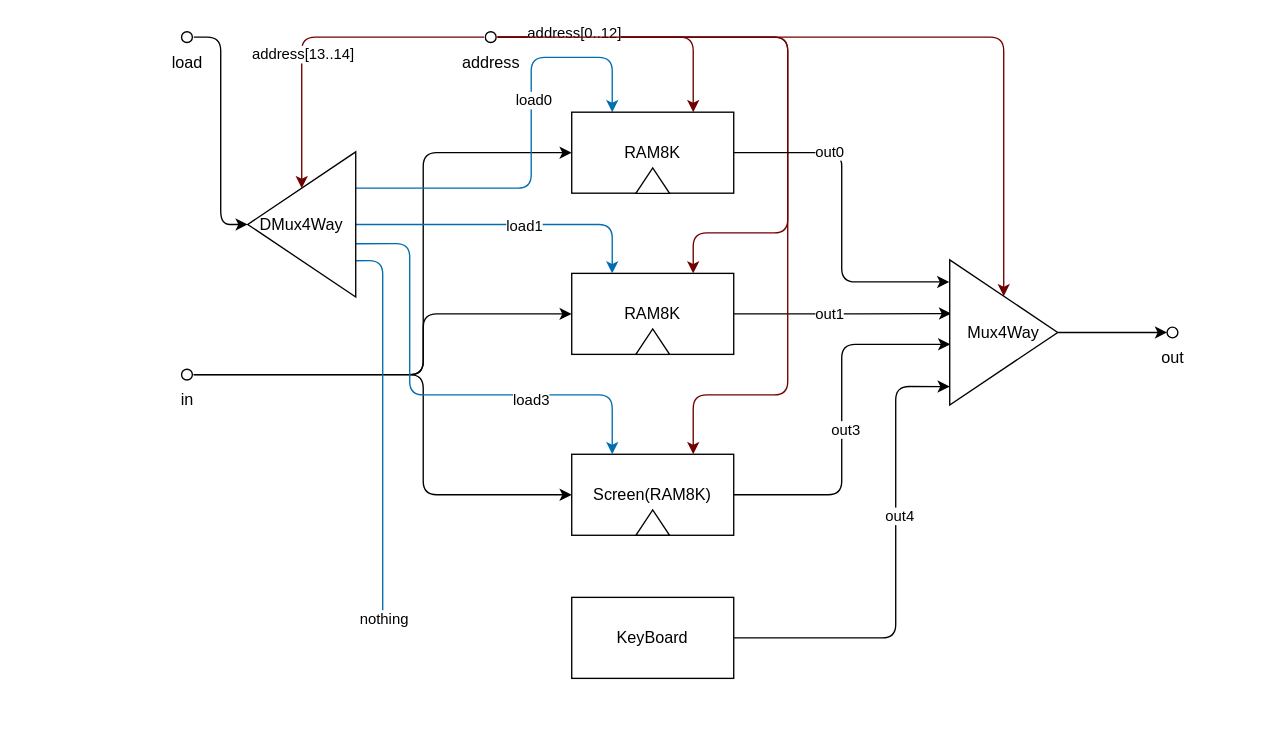
Before: blueprints/Memory.drawio in xianghao-wang/nand2tetris, a draw.io diagram. Source tidied: cells renumbered, new cells numbered last; positions are measured from the earlier drawing's top-left corner, leaving out a move shared by most shapes. Both pictures are drawn from the tidied source at 135%, with x=0, y=0 at pixel (180, 30).
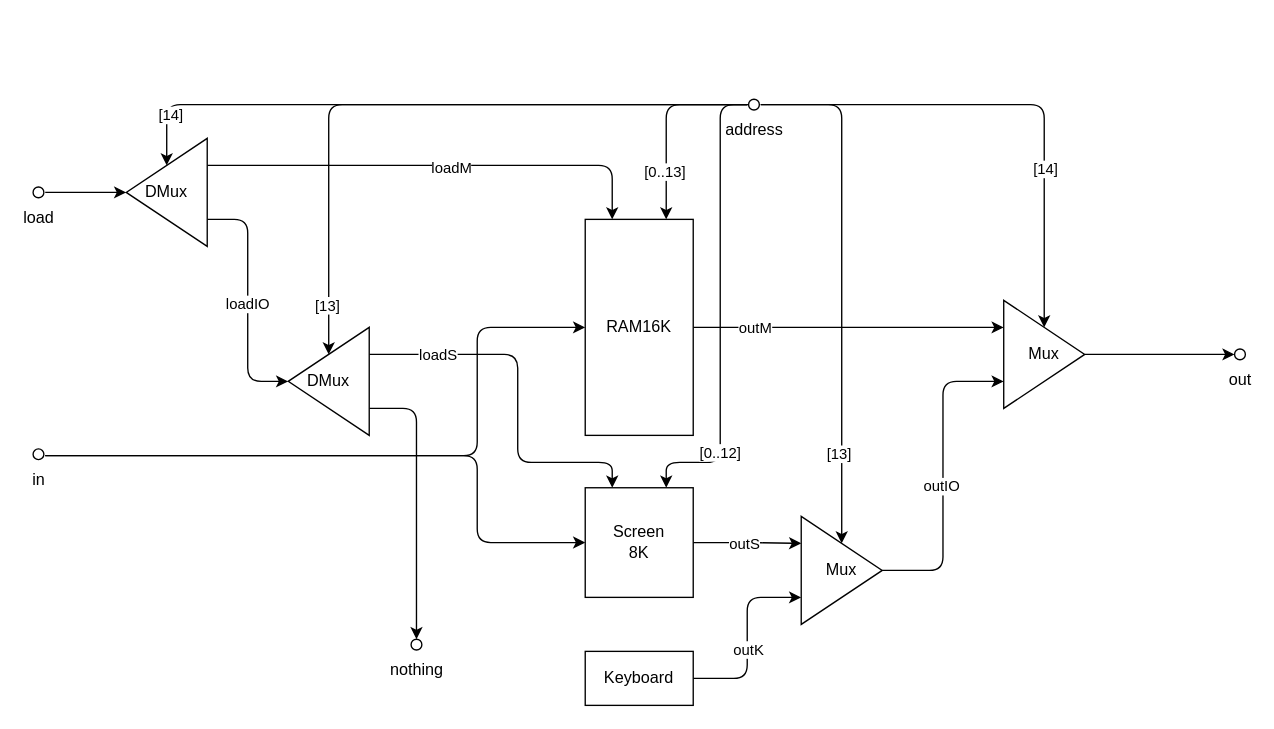
Above is the later version.

Commit message (it also covers changes not shown here):
update Memory to use RAM16K instead of RAM8K

The edit, as a diff of the source:
```diff
@@
-    <mxCell id="2" style="edgeStyle=orthogonalEdgeStyle;html=1;entryX=0.013;entryY=0.37;entryDx=0;entryDy=0;entryPerimeter=0;" parent="1" edge="1" source="4" target="42">
-      <mxGeometry relative="1" as="geometry" />
-    </mxCell>
-    <mxCell id="3" value="out1" style="edgeLabel;html=1;align=center;verticalAlign=middle;" parent="2" vertex="1">
-      <mxGeometry x="-0.13" y="1" relative="1" as="geometry" />
-    </mxCell>
-    <mxCell id="4" value="RAM8K" style="rounded=0;whiteSpace=wrap;html=1;" parent="1" vertex="1">
-      <mxGeometry x="290" y="180" width="120" height="60" as="geometry" />
-    </mxCell>
-    <mxCell id="5" style="edgeStyle=orthogonalEdgeStyle;html=1;entryX=0.005;entryY=0.582;entryDx=0;entryDy=0;entryPerimeter=0;" parent="1" edge="1" source="7" target="42">
-      <mxGeometry relative="1" as="geometry" />
-    </mxCell>
-    <mxCell id="6" value="out3" style="edgeLabel;html=1;align=center;verticalAlign=middle;" parent="5" vertex="1">
-      <mxGeometry x="-0.05" y="-2" relative="1" as="geometry" />
-    </mxCell>
-    <mxCell id="7" value="Screen(RAM8K)" style="rounded=0;whiteSpace=wrap;html=1;" parent="1" vertex="1">
-      <mxGeometry x="290" y="314" width="120" height="60" as="geometry" />
-    </mxCell>
-    <mxCell id="8" style="triangle;whiteSpace=wrap;html=1;direction=north;" parent="1" vertex="1">
-      <mxGeometry x="337.5" y="221.2" width="25" height="18.8" as="geometry" />
-    </mxCell>
-    <mxCell id="9" style="triangle;whiteSpace=wrap;html=1;direction=north;" parent="1" vertex="1">
-      <mxGeometry x="337.5" y="355.2" width="25" height="18.8" as="geometry" />
-    </mxCell>
-    <mxCell id="10" style="edgeStyle=orthogonalEdgeStyle;html=1;entryX=0;entryY=0.5;entryDx=0;entryDy=0;" parent="1" edge="1" source="13" target="39">
-      <mxGeometry relative="1" as="geometry">
-        <Array as="points">
-          <mxPoint x="180" y="255" />
-          <mxPoint x="180" y="91" />
-        </Array>
-      </mxGeometry>
-    </mxCell>
-    <mxCell id="11" style="edgeStyle=orthogonalEdgeStyle;html=1;entryX=0;entryY=0.5;entryDx=0;entryDy=0;" parent="1" edge="1" source="13" target="4">
-      <mxGeometry relative="1" as="geometry">
-        <Array as="points">
-          <mxPoint x="180" y="255" />
-          <mxPoint x="180" y="210" />
-        </Array>
-      </mxGeometry>
-    </mxCell>
-    <mxCell id="12" style="edgeStyle=orthogonalEdgeStyle;html=1;entryX=0;entryY=0.5;entryDx=0;entryDy=0;" parent="1" edge="1" source="13" target="7">
-      <mxGeometry relative="1" as="geometry">
-        <Array as="points">
-          <mxPoint x="180" y="255" />
-          <mxPoint x="180" y="344" />
-        </Array>
-      </mxGeometry>
-    </mxCell>
+    <mxCell id="43" style="edgeStyle=orthogonalEdgeStyle;html=1;entryX=0;entryY=0.5;entryDx=0;entryDy=0;" parent="1" edge="1" source="13" target="48">
+      <mxGeometry relative="1" as="geometry">
+        <Array as="points">
+          <mxPoint x="220" y="315" />
+          <mxPoint x="220" y="220" />
+        </Array>
+      </mxGeometry>
+    </mxCell>
+    <mxCell id="44" style="edgeStyle=orthogonalEdgeStyle;html=1;entryX=0;entryY=0.5;entryDx=0;entryDy=0;" parent="1" edge="1" source="13" target="51">
+      <mxGeometry relative="1" as="geometry">
+        <Array as="points">
+          <mxPoint x="220" y="315" />
+          <mxPoint x="220" y="379" />
+        </Array>
+      </mxGeometry>
+    </mxCell>
     <mxCell id="13" value="in" style="verticalLabelPosition=bottom;shadow=0;dashed=0;align=center;html=1;verticalAlign=top;shape=mxgraph.electrical.logic_gates.inverting_contact;" parent="1" vertex="1">
-      <mxGeometry y="250" width="10" height="10" as="geometry" />
+      <mxGeometry x="-110" y="309" width="10" height="10" as="geometry" />
     </mxCell>
     <mxCell id="14" value="out" style="verticalLabelPosition=bottom;shadow=0;dashed=0;align=center;html=1;verticalAlign=top;shape=mxgraph.electrical.logic_gates.inverting_contact;" parent="1" vertex="1">
-      <mxGeometry x="730" y="218.8" width="10" height="10" as="geometry" />
+      <mxGeometry x="780" y="235" width="10" height="10" as="geometry" />
     </mxCell>
-    <mxCell id="15" style="edgeStyle=orthogonalEdgeStyle;html=1;entryX=1;entryY=0.5;entryDx=0;entryDy=0;" parent="1" edge="1" source="16" target="36">
-      <mxGeometry relative="1" as="geometry" />
-    </mxCell>
+    <mxCell id="45" style="edgeStyle=none;html=1;entryX=1;entryY=0.5;entryDx=0;entryDy=0;" parent="1" edge="1" source="16" target="59">
+      <mxGeometry relative="1" as="geometry" />
+    </mxCell>
     <mxCell id="16" value="load" style="verticalLabelPosition=bottom;shadow=0;dashed=0;align=center;html=1;verticalAlign=top;shape=mxgraph.electrical.logic_gates.inverting_contact;" parent="1" vertex="1">
-      <mxGeometry width="10" height="10" as="geometry" />
+      <mxGeometry x="-110" y="115" width="10" height="10" as="geometry" />
     </mxCell>
-    <mxCell id="17" style="edgeStyle=orthogonalEdgeStyle;html=1;entryX=0.5;entryY=1;entryDx=0;entryDy=0;fillColor=#a20025;strokeColor=#6F0000;" parent="1" edge="1" source="24" target="36">
-      <mxGeometry relative="1" as="geometry" />
-    </mxCell>
-    <mxCell id="18" value="address[13..14]" style="edgeLabel;html=1;align=center;verticalAlign=middle;" parent="17" vertex="1">
-      <mxGeometry x="0.19" relative="1" as="geometry" />
-    </mxCell>
-    <mxCell id="19" style="edgeStyle=orthogonalEdgeStyle;html=1;entryX=0.75;entryY=0;entryDx=0;entryDy=0;fillColor=#a20025;strokeColor=#6F0000;" parent="1" edge="1" source="24" target="39">
-      <mxGeometry relative="1" as="geometry" />
-    </mxCell>
-    <mxCell id="20" style="edgeStyle=orthogonalEdgeStyle;html=1;entryX=0.75;entryY=0;entryDx=0;entryDy=0;fillColor=#a20025;strokeColor=#6F0000;" parent="1" edge="1" source="24" target="4">
-      <mxGeometry relative="1" as="geometry">
-        <Array as="points">
-          <mxPoint x="450" y="5" />
-          <mxPoint x="450" y="150" />
-          <mxPoint x="380" y="150" />
-        </Array>
-      </mxGeometry>
-    </mxCell>
-    <mxCell id="21" style="edgeStyle=orthogonalEdgeStyle;html=1;entryX=0.75;entryY=0;entryDx=0;entryDy=0;fillColor=#a20025;strokeColor=#6F0000;" parent="1" edge="1" source="24" target="7">
-      <mxGeometry relative="1" as="geometry">
-        <Array as="points">
-          <mxPoint x="450" y="5" />
-          <mxPoint x="450" y="270" />
-          <mxPoint x="380" y="270" />
-        </Array>
-      </mxGeometry>
-    </mxCell>
-    <mxCell id="22" value="address[0..12]" style="edgeLabel;html=1;align=center;verticalAlign=middle;" parent="21" vertex="1">
-      <mxGeometry x="-0.81" y="4" relative="1" as="geometry" />
-    </mxCell>
-    <mxCell id="23" style="edgeStyle=orthogonalEdgeStyle;html=1;entryX=0.5;entryY=0;entryDx=0;entryDy=0;fillColor=#a20025;strokeColor=#6F0000;" parent="1" edge="1" source="24" target="42">
-      <mxGeometry relative="1" as="geometry" />
-    </mxCell>
+    <mxCell id="46" style="edgeStyle=orthogonalEdgeStyle;html=1;entryX=0;entryY=0.25;entryDx=0;entryDy=0;" parent="1" edge="1" source="48" target="73">
+      <mxGeometry relative="1" as="geometry" />
+    </mxCell>
+    <mxCell id="47" value="outM" style="edgeLabel;html=1;align=center;verticalAlign=middle;" parent="46" vertex="1">
+      <mxGeometry x="-0.61" relative="1" as="geometry" />
+    </mxCell>
+    <mxCell id="48" value="RAM16K" style="rounded=0;whiteSpace=wrap;html=1;" parent="1" vertex="1">
+      <mxGeometry x="300" y="140" width="80" height="160" as="geometry" />
+    </mxCell>
+    <mxCell id="49" style="edgeStyle=orthogonalEdgeStyle;html=1;entryX=0;entryY=0.25;entryDx=0;entryDy=0;" parent="1" edge="1" source="51" target="80">
+      <mxGeometry relative="1" as="geometry" />
+    </mxCell>
+    <mxCell id="50" value="outS" style="edgeLabel;html=1;align=center;verticalAlign=middle;" parent="49" vertex="1">
+      <mxGeometry x="-0.07" y="-1" relative="1" as="geometry" />
+    </mxCell>
+    <mxCell id="51" value="Screen&lt;br&gt;8K" style="rounded=0;whiteSpace=wrap;html=1;" parent="1" vertex="1">
+      <mxGeometry x="300" y="338.8" width="80" height="81.2" as="geometry" />
+    </mxCell>
+    <mxCell id="52" style="edgeStyle=orthogonalEdgeStyle;html=1;entryX=0;entryY=0.75;entryDx=0;entryDy=0;" parent="1" edge="1" source="54" target="80">
+      <mxGeometry relative="1" as="geometry" />
+    </mxCell>
+    <mxCell id="53" value="outK" style="edgeLabel;html=1;align=center;verticalAlign=middle;" parent="52" vertex="1">
+      <mxGeometry x="-0.12" relative="1" as="geometry" />
+    </mxCell>
+    <mxCell id="54" value="Keyboard" style="rounded=0;whiteSpace=wrap;html=1;" parent="1" vertex="1">
+      <mxGeometry x="300" y="460" width="80" height="40" as="geometry" />
+    </mxCell>
+    <mxCell id="55" style="edgeStyle=orthogonalEdgeStyle;html=1;exitX=0;exitY=0.75;exitDx=0;exitDy=0;entryX=0.25;entryY=0;entryDx=0;entryDy=0;" parent="1" edge="1" source="59" target="48">
+      <mxGeometry relative="1" as="geometry" />
+    </mxCell>
+    <mxCell id="56" value="loadM" style="edgeLabel;html=1;align=center;verticalAlign=middle;" parent="55" vertex="1">
+      <mxGeometry x="0.06" y="-1" relative="1" as="geometry" />
+    </mxCell>
+    <mxCell id="57" style="edgeStyle=orthogonalEdgeStyle;html=1;exitX=0;exitY=0.25;exitDx=0;exitDy=0;entryX=1;entryY=0.5;entryDx=0;entryDy=0;" parent="1" edge="1" source="59" target="77">
+      <mxGeometry relative="1" as="geometry" />
+    </mxCell>
+    <mxCell id="58" value="loadIO" style="edgeLabel;html=1;align=center;verticalAlign=middle;" parent="57" vertex="1">
+      <mxGeometry x="0.02" y="-1" relative="1" as="geometry" />
+    </mxCell>
+    <mxCell id="59" value="DMux" style="triangle;whiteSpace=wrap;html=1;direction=west;" parent="1" vertex="1">
+      <mxGeometry x="-40" y="80" width="60" height="80" as="geometry" />
+    </mxCell>
+    <mxCell id="60" style="edgeStyle=orthogonalEdgeStyle;html=1;entryX=0.5;entryY=1;entryDx=0;entryDy=0;" parent="1" edge="1" source="24" target="59">
+      <mxGeometry relative="1" as="geometry" />
+    </mxCell>
+    <mxCell id="61" value="[14]" style="edgeLabel;html=1;align=center;verticalAlign=middle;" parent="60" vertex="1">
+      <mxGeometry x="0.84" y="2" relative="1" as="geometry" />
+    </mxCell>
+    <mxCell id="62" style="edgeStyle=orthogonalEdgeStyle;html=1;entryX=0.75;entryY=0;entryDx=0;entryDy=0;" parent="1" edge="1" source="24" target="48">
+      <mxGeometry relative="1" as="geometry" />
+    </mxCell>
+    <mxCell id="63" value="[0..13]" style="edgeLabel;html=1;align=center;verticalAlign=middle;" parent="62" vertex="1">
+      <mxGeometry x="0.5" y="-2" relative="1" as="geometry" />
+    </mxCell>
+    <mxCell id="64" style="edgeStyle=orthogonalEdgeStyle;html=1;entryX=0.5;entryY=0;entryDx=0;entryDy=0;" parent="1" edge="1" source="24" target="73">
+      <mxGeometry relative="1" as="geometry" />
+    </mxCell>
+    <mxCell id="65" value="[14]" style="edgeLabel;html=1;align=center;verticalAlign=middle;" parent="64" vertex="1">
+      <mxGeometry x="0.37" relative="1" as="geometry" />
+    </mxCell>
+    <mxCell id="66" style="edgeStyle=orthogonalEdgeStyle;html=1;entryX=0.5;entryY=1;entryDx=0;entryDy=0;" parent="1" edge="1" source="24" target="77">
+      <mxGeometry relative="1" as="geometry" />
+    </mxCell>
+    <mxCell id="67" value="[13]" style="edgeLabel;html=1;align=center;verticalAlign=middle;" parent="66" vertex="1">
+      <mxGeometry x="0.85" y="-2" relative="1" as="geometry" />
+    </mxCell>
+    <mxCell id="68" style="edgeStyle=orthogonalEdgeStyle;html=1;entryX=0.5;entryY=0;entryDx=0;entryDy=0;" parent="1" edge="1" source="24" target="80">
+      <mxGeometry relative="1" as="geometry" />
+    </mxCell>
+    <mxCell id="69" value="[13]" style="edgeLabel;html=1;align=center;verticalAlign=middle;" parent="68" vertex="1">
+      <mxGeometry x="0.65" y="-3" relative="1" as="geometry" />
+    </mxCell>
+    <mxCell id="70" style="edgeStyle=orthogonalEdgeStyle;html=1;exitX=0.1;exitY=0.5;exitDx=0;exitDy=0;exitPerimeter=0;entryX=0.75;entryY=0;entryDx=0;entryDy=0;" parent="1" edge="1" source="24" target="51">
+      <mxGeometry relative="1" as="geometry">
+        <Array as="points">
+          <mxPoint x="400" y="55" />
+          <mxPoint x="400" y="320" />
+          <mxPoint x="360" y="320" />
+        </Array>
+      </mxGeometry>
+    </mxCell>
+    <mxCell id="71" value="[0..12]" style="edgeLabel;html=1;align=center;verticalAlign=middle;" parent="70" vertex="1">
+      <mxGeometry x="0.61" y="-1" relative="1" as="geometry" />
+    </mxCell>
     <mxCell id="24" value="address" style="verticalLabelPosition=bottom;shadow=0;dashed=0;align=center;html=1;verticalAlign=top;shape=mxgraph.electrical.logic_gates.inverting_contact;" parent="1" vertex="1">
-      <mxGeometry x="225" width="10" height="10" as="geometry" />
+      <mxGeometry x="420" y="50" width="10" height="10" as="geometry" />
     </mxCell>
-    <mxCell id="25" style="edgeStyle=orthogonalEdgeStyle;html=1;entryX=0;entryY=0.873;entryDx=0;entryDy=0;entryPerimeter=0;" parent="1" edge="1" source="27" target="42">
-      <mxGeometry relative="1" as="geometry">
-        <Array as="points">
-          <mxPoint x="530" y="450" />
-          <mxPoint x="530" y="264" />
-        </Array>
-      </mxGeometry>
-    </mxCell>
-    <mxCell id="26" value="out4" style="edgeLabel;html=1;align=center;verticalAlign=middle;" parent="25" vertex="1">
-      <mxGeometry x="0.22" y="-2" relative="1" as="geometry" />
-    </mxCell>
-    <mxCell id="27" value="KeyBoard" style="rounded=0;whiteSpace=wrap;html=1;" parent="1" vertex="1">
-      <mxGeometry x="290" y="420" width="120" height="60" as="geometry" />
-    </mxCell>
-    <mxCell id="28" style="edgeStyle=orthogonalEdgeStyle;html=1;exitX=0;exitY=0.75;exitDx=0;exitDy=0;entryX=0.25;entryY=0;entryDx=0;entryDy=0;fillColor=#1ba1e2;strokeColor=#006EAF;" parent="1" edge="1" source="36" target="39">
-      <mxGeometry relative="1" as="geometry">
-        <Array as="points">
-          <mxPoint x="260" y="117" />
-          <mxPoint x="260" y="20" />
-          <mxPoint x="320" y="20" />
-        </Array>
-      </mxGeometry>
-    </mxCell>
-    <mxCell id="29" value="load0" style="edgeLabel;html=1;align=center;verticalAlign=middle;" parent="28" vertex="1">
-      <mxGeometry x="0.19" y="-1" relative="1" as="geometry" />
-    </mxCell>
-    <mxCell id="30" style="edgeStyle=orthogonalEdgeStyle;html=1;entryX=0.25;entryY=0;entryDx=0;entryDy=0;fillColor=#1ba1e2;strokeColor=#006EAF;" parent="1" edge="1" source="36" target="4">
-      <mxGeometry relative="1" as="geometry">
-        <Array as="points">
-          <mxPoint x="320" y="144" />
-        </Array>
-      </mxGeometry>
-    </mxCell>
-    <mxCell id="31" value="load1" style="edgeLabel;html=1;align=center;verticalAlign=middle;" parent="30" vertex="1">
-      <mxGeometry x="0.1" y="-1" relative="1" as="geometry" />
-    </mxCell>
-    <mxCell id="32" style="edgeStyle=orthogonalEdgeStyle;html=1;exitX=0;exitY=0.367;exitDx=0;exitDy=0;entryX=0.25;entryY=0;entryDx=0;entryDy=0;exitPerimeter=0;fillColor=#1ba1e2;strokeColor=#006EAF;" parent="1" edge="1" source="36" target="7">
-      <mxGeometry relative="1" as="geometry">
-        <Array as="points">
-          <mxPoint x="170" y="158" />
-          <mxPoint x="170" y="270" />
-          <mxPoint x="320" y="270" />
-        </Array>
-      </mxGeometry>
-    </mxCell>
-    <mxCell id="33" value="load3" style="edgeLabel;html=1;align=center;verticalAlign=middle;" parent="32" vertex="1">
-      <mxGeometry x="0.4" y="-3" relative="1" as="geometry" />
-    </mxCell>
-    <mxCell id="34" style="edgeStyle=orthogonalEdgeStyle;html=1;exitX=0;exitY=0.25;exitDx=0;exitDy=0;fillColor=#1ba1e2;strokeColor=#006EAF;" parent="1" edge="1" source="36">
-      <mxGeometry relative="1" as="geometry">
-        <mxPoint x="150" y="440" as="targetPoint" />
-        <Array as="points">
-          <mxPoint x="150" y="171" />
-          <mxPoint x="150" y="420" />
-        </Array>
-      </mxGeometry>
-    </mxCell>
+    <mxCell id="72" style="edgeStyle=orthogonalEdgeStyle;html=1;entryX=0.1;entryY=0.5;entryDx=0;entryDy=0;entryPerimeter=0;" parent="1" edge="1" source="73" target="14">
+      <mxGeometry relative="1" as="geometry" />
+    </mxCell>
+    <mxCell id="73" value="Mux" style="triangle;whiteSpace=wrap;html=1;" parent="1" vertex="1">
+      <mxGeometry x="610" y="200" width="60" height="80" as="geometry" />
+    </mxCell>
+    <mxCell id="74" style="edgeStyle=orthogonalEdgeStyle;html=1;exitX=0;exitY=0.75;exitDx=0;exitDy=0;entryX=0.25;entryY=0;entryDx=0;entryDy=0;" parent="1" edge="1" source="77" target="51">
+      <mxGeometry relative="1" as="geometry">
+        <Array as="points">
+          <mxPoint x="250" y="240" />
+          <mxPoint x="250" y="320" />
+          <mxPoint x="320" y="320" />
+        </Array>
+      </mxGeometry>
+    </mxCell>
+    <mxCell id="75" value="loadS" style="edgeLabel;html=1;align=center;verticalAlign=middle;" parent="74" vertex="1">
+      <mxGeometry x="-0.64" relative="1" as="geometry" />
+    </mxCell>
+    <mxCell id="76" style="edgeStyle=orthogonalEdgeStyle;html=1;exitX=0;exitY=0.25;exitDx=0;exitDy=0;entryX=0.1;entryY=0.5;entryDx=0;entryDy=0;entryPerimeter=0;" parent="1" edge="1" source="77" target="35">
+      <mxGeometry relative="1" as="geometry" />
+    </mxCell>
+    <mxCell id="77" value="DMux" style="triangle;whiteSpace=wrap;html=1;direction=west;" parent="1" vertex="1">
+      <mxGeometry x="80" y="220" width="60" height="80" as="geometry" />
+    </mxCell>
-    <mxCell id="35" value="nothing" style="edgeLabel;html=1;align=center;verticalAlign=middle;points=[];" parent="34" vertex="1">
-      <mxGeometry x="0.97" relative="1" as="geometry" />
+    <mxCell id="35" value="nothing" style="verticalLabelPosition=bottom;shadow=0;dashed=0;align=center;html=1;verticalAlign=top;shape=mxgraph.electrical.logic_gates.inverting_contact;direction=south;" parent="1" vertex="1">
+      <mxGeometry x="170" y="450" width="10" height="10" as="geometry" />
     </mxCell>
-    <mxCell id="36" value="DMux4Way" style="triangle;whiteSpace=wrap;html=1;direction=west;" parent="1" vertex="1">
-      <mxGeometry x="50" y="90" width="80" height="107.5" as="geometry" />
-    </mxCell>
-    <mxCell id="37" style="edgeStyle=orthogonalEdgeStyle;html=1;entryX=-0.004;entryY=0.152;entryDx=0;entryDy=0;entryPerimeter=0;" parent="1" edge="1" source="39" target="42">
-      <mxGeometry relative="1" as="geometry" />
-    </mxCell>
-    <mxCell id="38" value="out0" style="edgeLabel;html=1;align=center;verticalAlign=middle;" parent="37" vertex="1">
-      <mxGeometry x="-0.45" y="1" relative="1" as="geometry" />
-    </mxCell>
-    <mxCell id="39" value="RAM8K" style="rounded=0;whiteSpace=wrap;html=1;" parent="1" vertex="1">
-      <mxGeometry x="290" y="60.6" width="120" height="60" as="geometry" />
-    </mxCell>
-    <mxCell id="40" style="triangle;whiteSpace=wrap;html=1;direction=north;" parent="1" vertex="1">
-      <mxGeometry x="337.5" y="101.9" width="25" height="18.8" as="geometry" />
-    </mxCell>
-    <mxCell id="41" style="edgeStyle=orthogonalEdgeStyle;html=1;entryX=0.1;entryY=0.5;entryDx=0;entryDy=0;entryPerimeter=0;" parent="1" edge="1" source="42" target="14">
-      <mxGeometry relative="1" as="geometry" />
-    </mxCell>
-    <mxCell id="42" value="Mux4Way" style="triangle;whiteSpace=wrap;html=1;direction=east;" parent="1" vertex="1">
-      <mxGeometry x="570" y="170" width="80" height="107.5" as="geometry" />
-    </mxCell>
+    <mxCell id="78" style="edgeStyle=orthogonalEdgeStyle;html=1;entryX=0;entryY=0.75;entryDx=0;entryDy=0;" parent="1" edge="1" source="80" target="73">
+      <mxGeometry relative="1" as="geometry" />
+    </mxCell>
+    <mxCell id="79" value="outIO" style="edgeLabel;html=1;align=center;verticalAlign=middle;" parent="78" vertex="1">
+      <mxGeometry x="-0.06" y="2" relative="1" as="geometry" />
+    </mxCell>
+    <mxCell id="80" value="Mux" style="triangle;whiteSpace=wrap;html=1;" parent="1" vertex="1">
+      <mxGeometry x="460" y="360" width="60" height="80" as="geometry" />
+    </mxCell>
```
